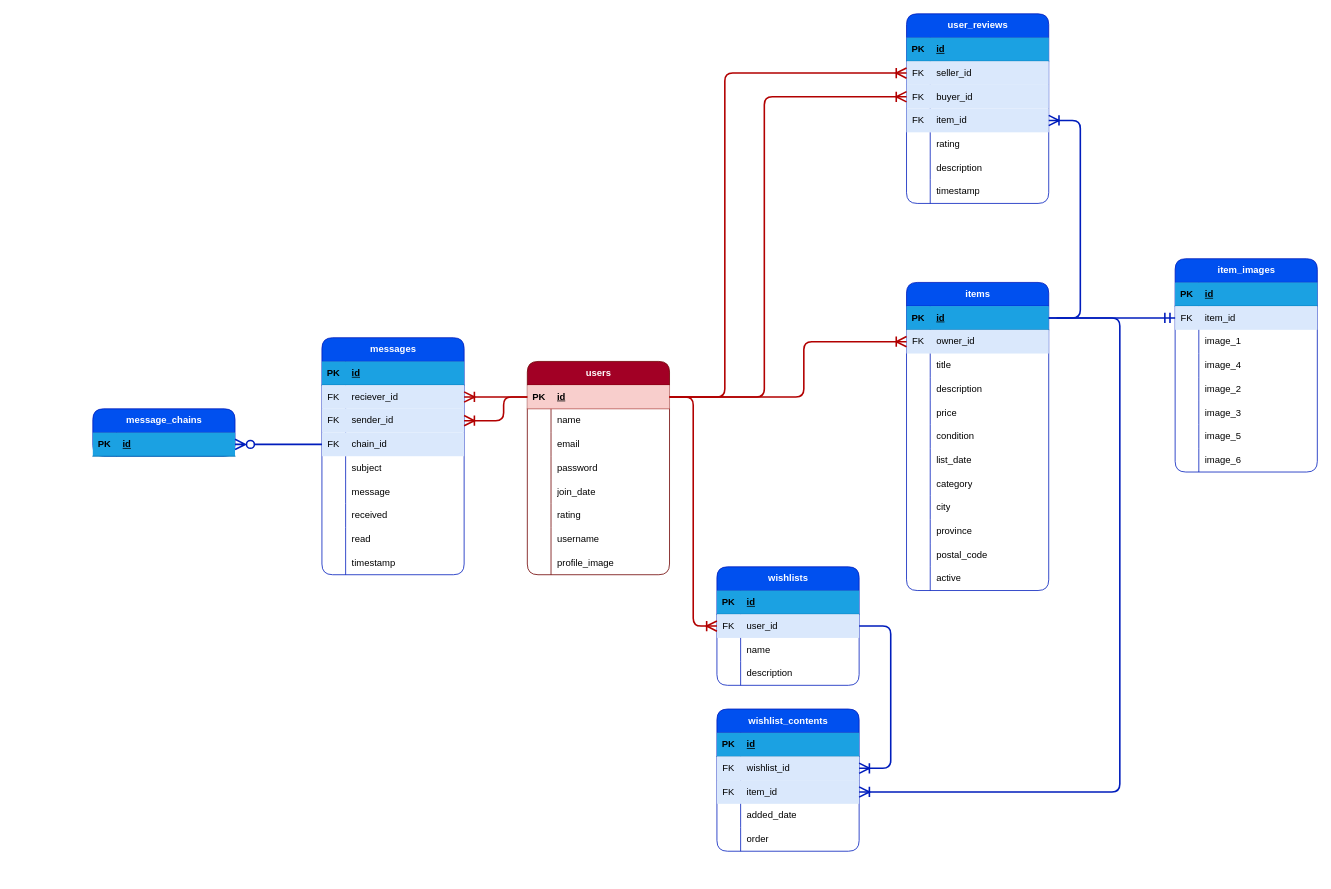
Above: _auxiliary/erd_diagram/JX_DB_diagram.drawio in AlexTamayo/JX (draw.io), before the change. Source tidied: cells renumbered, new cells numbered last; positions are measured from the earlier drawing's top-left corner, leaving out a move shared by most shapes. Both pictures are drawn from the tidied source at 79%, with x=0, y=0 at pixel (92, 13).
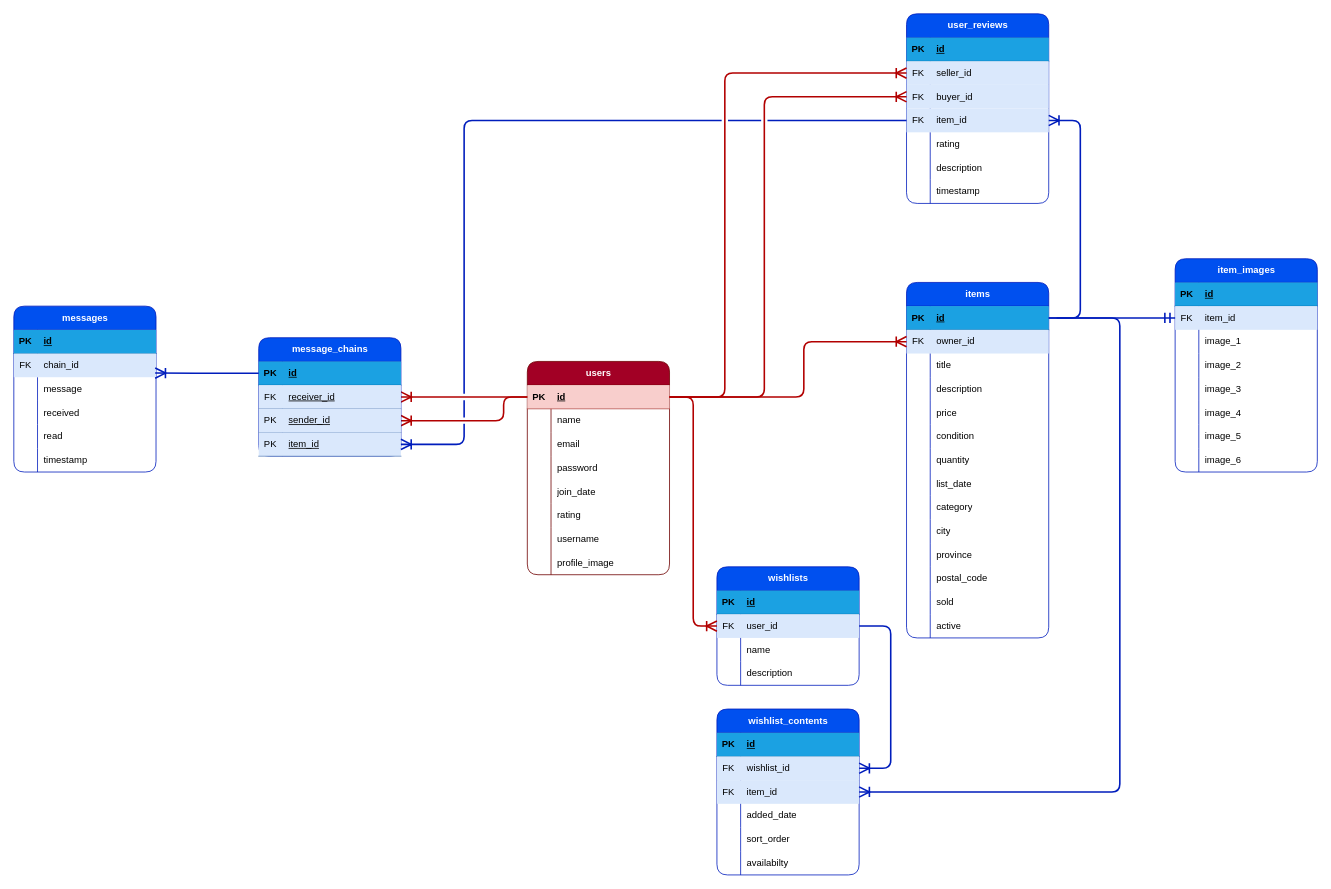
The same diagram, later.

The change refers to these unchanged cells:
```xml
<mxCell id="3" style="shape=tableRow;horizontal=0;startSize=0;swimlaneHead=0;swimlaneBody=0;fillColor=#f8cecc;points=[[0,0.5],[1,0.5]];portConstraint=eastwest;top=0;left=0;right=0;bottom=1;strokeColor=#b85450;" parent="2" vertex="1">
  <mxGeometry y="30" width="180" height="30" as="geometry" />
</mxCell>
<mxCell id="87" style="shape=tableRow;horizontal=0;startSize=0;swimlaneHead=0;swimlaneBody=0;fillColor=#dae8fc;points=[[0,0.5],[1,0.5]];portConstraint=eastwest;top=0;left=0;right=0;bottom=0;strokeColor=#6c8ebf;" parent="77" vertex="1">
  <mxGeometry y="120" width="180" height="30" as="geometry" />
</mxCell>
<mxCell id="112" style="shape=tableRow;horizontal=0;startSize=0;swimlaneHead=0;swimlaneBody=0;fillColor=none;top=0;left=0;right=0;bottom=0;" parent="99" vertex="1">
  <mxGeometry y="150" width="180" height="30" as="geometry" />
</mxCell>
<mxCell id="152" value="item_images" style="shape=table;startSize=30;childLayout=tableLayout;rowLines=0;fontStyle=1;align=center;html=1;fillColor=#0050ef;fontColor=#ffffff;strokeColor=#001DBC;rounded=1;" parent="1" vertex="1">
  <mxGeometry x="1370" y="310" width="180" height="270" as="geometry" />
</mxCell>
<mxCell id="179" style="shape=tableRow;horizontal=0;startSize=0;swimlaneHead=0;swimlaneBody=0;fillColor=#1ba1e2;points=[[0,0.5],[1,0.5]];portConstraint=eastwest;top=0;left=0;right=0;bottom=1;fontColor=#ffffff;strokeColor=#006EAF;" parent="178" vertex="1">
  <mxGeometry y="30" width="180" height="30" as="geometry" />
</mxCell>
```

The edit, as a diff of the source:
```diff
@@
     <mxCell id="27" value="items" style="shape=table;startSize=30;childLayout=tableLayout;rowLines=0;fontStyle=1;align=center;html=1;fillColor=#0050ef;fontColor=#ffffff;strokeColor=#001DBC;rounded=1;" parent="1" vertex="1">
-      <mxGeometry x="1030" y="340" width="180" height="390" as="geometry" />
+      <mxGeometry x="1030" y="340" width="180" height="450" as="geometry" />
     </mxCell>
@@
+    <mxCell id="183" style="shape=tableRow;horizontal=0;startSize=0;swimlaneHead=0;swimlaneBody=0;fillColor=none;top=0;left=0;right=0;bottom=0;" parent="27" vertex="1">
+      <mxGeometry y="210" width="180" height="30" as="geometry" />
+    </mxCell>
+    <mxCell id="184" style="shape=partialRectangle;fillColor=none;top=0;left=0;bottom=0;right=0;overflow=hidden;whiteSpace=wrap;html=1;" parent="183" vertex="1">
+      <mxGeometry width="30" height="30" as="geometry" />
+    </mxCell>
+    <mxCell id="185" value="quantity" style="shape=partialRectangle;fillColor=none;top=0;left=0;bottom=0;right=0;align=left;spacingLeft=6;overflow=hidden;whiteSpace=wrap;html=1;" parent="183" vertex="1">
+      <mxGeometry x="30" width="150" height="30" as="geometry" />
+    </mxCell>
     <mxCell id="46" style="shape=tableRow;horizontal=0;startSize=0;swimlaneHead=0;swimlaneBody=0;fillColor=none;top=0;left=0;right=0;bottom=0;" parent="27" vertex="1">
-      <mxGeometry y="210" width="180" height="30" as="geometry" />
+      <mxGeometry y="240" width="180" height="30" as="geometry" />
     </mxCell>
@@
     <mxCell id="49" style="shape=tableRow;horizontal=0;startSize=0;swimlaneHead=0;swimlaneBody=0;fillColor=none;top=0;left=0;right=0;bottom=0;" parent="27" vertex="1">
-      <mxGeometry y="240" width="180" height="30" as="geometry" />
+      <mxGeometry y="270" width="180" height="30" as="geometry" />
     </mxCell>
@@
     <mxCell id="52" style="shape=tableRow;horizontal=0;startSize=0;swimlaneHead=0;swimlaneBody=0;fillColor=none;top=0;left=0;right=0;bottom=0;" parent="27" vertex="1">
-      <mxGeometry y="270" width="180" height="30" as="geometry" />
+      <mxGeometry y="300" width="180" height="30" as="geometry" />
     </mxCell>
@@
     <mxCell id="55" style="shape=tableRow;horizontal=0;startSize=0;swimlaneHead=0;swimlaneBody=0;fillColor=none;top=0;left=0;right=0;bottom=0;" parent="27" vertex="1">
-      <mxGeometry y="300" width="180" height="30" as="geometry" />
+      <mxGeometry y="330" width="180" height="30" as="geometry" />
     </mxCell>
@@
     <mxCell id="58" style="shape=tableRow;horizontal=0;startSize=0;swimlaneHead=0;swimlaneBody=0;fillColor=none;top=0;left=0;right=0;bottom=0;" parent="27" vertex="1">
-      <mxGeometry y="330" width="180" height="30" as="geometry" />
+      <mxGeometry y="360" width="180" height="30" as="geometry" />
     </mxCell>
@@
+    <mxCell id="186" style="shape=tableRow;horizontal=0;startSize=0;swimlaneHead=0;swimlaneBody=0;fillColor=none;top=0;left=0;right=0;bottom=0;" parent="27" vertex="1">
+      <mxGeometry y="390" width="180" height="30" as="geometry" />
+    </mxCell>
+    <mxCell id="187" style="shape=partialRectangle;fillColor=none;top=0;left=0;bottom=0;right=0;overflow=hidden;whiteSpace=wrap;html=1;" parent="186" vertex="1">
+      <mxGeometry width="30" height="30" as="geometry" />
+    </mxCell>
+    <mxCell id="188" value="sold" style="shape=partialRectangle;fillColor=none;top=0;left=0;bottom=0;right=0;align=left;spacingLeft=6;overflow=hidden;whiteSpace=wrap;html=1;" parent="186" vertex="1">
+      <mxGeometry x="30" width="150" height="30" as="geometry" />
+    </mxCell>
     <mxCell id="61" style="shape=tableRow;horizontal=0;startSize=0;swimlaneHead=0;swimlaneBody=0;fillColor=none;top=0;left=0;right=0;bottom=0;" parent="27" vertex="1">
-      <mxGeometry y="360" width="180" height="30" as="geometry" />
+      <mxGeometry y="420" width="180" height="30" as="geometry" />
     </mxCell>
@@
     <mxCell id="99" value="wishlist_contents" style="shape=table;startSize=30;childLayout=tableLayout;rowLines=0;fontStyle=1;align=center;html=1;fillColor=#0050ef;fontColor=#ffffff;strokeColor=#001DBC;rounded=1;" parent="1" vertex="1">
-      <mxGeometry x="790" y="880" width="180" height="180" as="geometry" />
+      <mxGeometry x="790" y="880" width="180" height="210" as="geometry" />
     </mxCell>
@@
-    <mxCell id="114" value="order" style="shape=partialRectangle;fillColor=none;top=0;left=0;bottom=0;right=0;align=left;spacingLeft=6;overflow=hidden;whiteSpace=wrap;html=1;" parent="112" vertex="1">
+    <mxCell id="114" value="sort_order" style="shape=partialRectangle;fillColor=none;top=0;left=0;bottom=0;right=0;align=left;spacingLeft=6;overflow=hidden;whiteSpace=wrap;html=1;" parent="112" vertex="1">
       <mxGeometry x="30" width="150" height="30" as="geometry" />
     </mxCell>
+    <mxCell id="189" style="shape=tableRow;horizontal=0;startSize=0;swimlaneHead=0;swimlaneBody=0;fillColor=none;top=0;left=0;right=0;bottom=0;" parent="99" vertex="1">
+      <mxGeometry y="180" width="180" height="30" as="geometry" />
+    </mxCell>
+    <mxCell id="190" style="shape=partialRectangle;fillColor=none;top=0;left=0;bottom=0;right=0;overflow=hidden;whiteSpace=wrap;html=1;" parent="189" vertex="1">
+      <mxGeometry width="30" height="30" as="geometry" />
+    </mxCell>
+    <mxCell id="191" value="availabilty" style="shape=partialRectangle;fillColor=none;top=0;left=0;bottom=0;right=0;align=left;spacingLeft=6;overflow=hidden;whiteSpace=wrap;html=1;" parent="189" vertex="1">
+      <mxGeometry x="30" width="150" height="30" as="geometry" />
+    </mxCell>
     <mxCell id="115" value="messages" style="shape=table;startSize=30;childLayout=tableLayout;rowLines=0;fontStyle=1;align=center;html=1;fillColor=#0050ef;fontColor=#ffffff;strokeColor=#001DBC;rounded=1;" parent="1" vertex="1">
-      <mxGeometry x="290" y="410" width="180" height="300" as="geometry" />
+      <mxGeometry x="-100" y="370" width="180" height="210" as="geometry" />
     </mxCell>
@@
-    <mxCell id="119" style="shape=tableRow;horizontal=0;startSize=0;swimlaneHead=0;swimlaneBody=0;fillColor=#dae8fc;points=[[0,0.5],[1,0.5]];portConstraint=eastwest;top=0;left=0;right=0;bottom=0;strokeColor=#6c8ebf;" parent="115" vertex="1">
-      <mxGeometry y="60" width="180" height="30" as="geometry" />
-    </mxCell>
-    <mxCell id="120" value="FK" style="shape=partialRectangle;fillColor=none;top=0;left=0;bottom=0;right=0;overflow=hidden;whiteSpace=wrap;html=1;" parent="119" vertex="1">
-      <mxGeometry width="30" height="30" as="geometry" />
-    </mxCell>
-    <mxCell id="121" value="reciever_id" style="shape=partialRectangle;fillColor=none;top=0;left=0;bottom=0;right=0;align=left;spacingLeft=6;overflow=hidden;whiteSpace=wrap;html=1;" parent="119" vertex="1">
-      <mxGeometry x="30" width="150" height="30" as="geometry" />
-    </mxCell>
-    <mxCell id="122" style="shape=tableRow;horizontal=0;startSize=0;swimlaneHead=0;swimlaneBody=0;fillColor=#dae8fc;points=[[0,0.5],[1,0.5]];portConstraint=eastwest;top=0;left=0;right=0;bottom=0;strokeColor=#6c8ebf;" parent="115" vertex="1">
-      <mxGeometry y="90" width="180" height="30" as="geometry" />
-    </mxCell>
-    <mxCell id="123" value="FK" style="shape=partialRectangle;fillColor=none;top=0;left=0;bottom=0;right=0;overflow=hidden;whiteSpace=wrap;html=1;" parent="122" vertex="1">
-      <mxGeometry width="30" height="30" as="geometry" />
-    </mxCell>
-    <mxCell id="124" value="sender_id" style="shape=partialRectangle;fillColor=none;top=0;left=0;bottom=0;right=0;align=left;spacingLeft=6;overflow=hidden;whiteSpace=wrap;html=1;" parent="122" vertex="1">
-      <mxGeometry x="30" width="150" height="30" as="geometry" />
-    </mxCell>
     <mxCell id="125" style="shape=tableRow;horizontal=0;startSize=0;swimlaneHead=0;swimlaneBody=0;fillColor=#dae8fc;points=[[0,0.5],[1,0.5]];portConstraint=eastwest;top=0;left=0;right=0;bottom=0;strokeColor=#6c8ebf;" parent="115" vertex="1">
-      <mxGeometry y="120" width="180" height="30" as="geometry" />
+      <mxGeometry y="60" width="180" height="30" as="geometry" />
     </mxCell>
@@
-    <mxCell id="128" style="shape=tableRow;horizontal=0;startSize=0;swimlaneHead=0;swimlaneBody=0;fillColor=none;top=0;left=0;right=0;bottom=0;" parent="115" vertex="1">
-      <mxGeometry y="150" width="180" height="30" as="geometry" />
-    </mxCell>
-    <mxCell id="129" style="shape=partialRectangle;fillColor=none;top=0;left=0;bottom=0;right=0;overflow=hidden;whiteSpace=wrap;html=1;" parent="128" vertex="1">
-      <mxGeometry width="30" height="30" as="geometry" />
-    </mxCell>
-    <mxCell id="130" value="subject" style="shape=partialRectangle;fillColor=none;top=0;left=0;bottom=0;right=0;align=left;spacingLeft=6;overflow=hidden;whiteSpace=wrap;html=1;" parent="128" vertex="1">
-      <mxGeometry x="30" width="150" height="30" as="geometry" />
-    </mxCell>
     <mxCell id="131" style="shape=tableRow;horizontal=0;startSize=0;swimlaneHead=0;swimlaneBody=0;fillColor=none;top=0;left=0;right=0;bottom=0;" parent="115" vertex="1">
-      <mxGeometry y="180" width="180" height="30" as="geometry" />
+      <mxGeometry y="90" width="180" height="30" as="geometry" />
     </mxCell>
@@
     <mxCell id="134" style="shape=tableRow;horizontal=0;startSize=0;swimlaneHead=0;swimlaneBody=0;fillColor=none;top=0;left=0;right=0;bottom=0;" parent="115" vertex="1">
-      <mxGeometry y="210" width="180" height="30" as="geometry" />
+      <mxGeometry y="120" width="180" height="30" as="geometry" />
     </mxCell>
@@
     <mxCell id="137" style="shape=tableRow;horizontal=0;startSize=0;swimlaneHead=0;swimlaneBody=0;fillColor=none;top=0;left=0;right=0;bottom=0;" parent="115" vertex="1">
-      <mxGeometry y="240" width="180" height="30" as="geometry" />
+      <mxGeometry y="150" width="180" height="30" as="geometry" />
     </mxCell>
@@
     <mxCell id="140" style="shape=tableRow;horizontal=0;startSize=0;swimlaneHead=0;swimlaneBody=0;fillColor=none;top=0;left=0;right=0;bottom=0;" parent="115" vertex="1">
-      <mxGeometry y="270" width="180" height="30" as="geometry" />
+      <mxGeometry y="180" width="180" height="30" as="geometry" />
     </mxCell>
@@
-    <mxCell id="149" style="edgeStyle=orthogonalEdgeStyle;fontSize=12;html=1;endArrow=ERoneToMany;startArrow=none;rounded=1;endSize=10;startSize=10;fillColor=#e51400;strokeColor=#B20000;strokeWidth=2;endFill=0;startFill=0;entryX=1;entryY=0.5;entryDx=0;entryDy=0;exitX=0;exitY=0.5;exitDx=0;exitDy=0;" parent="1" edge="1" source="3" target="119">
+    <mxCell id="149" style="edgeStyle=orthogonalEdgeStyle;fontSize=12;html=1;endArrow=ERoneToMany;startArrow=none;rounded=1;endSize=10;startSize=10;fillColor=#e51400;strokeColor=#B20000;strokeWidth=2;endFill=0;startFill=0;exitX=0;exitY=0.5;exitDx=0;exitDy=0;entryX=1;entryY=0.5;entryDx=0;entryDy=0;" parent="1" edge="1" source="3" target="192">
       <mxGeometry relative="1" as="geometry">
         <Array as="points">
-          <mxPoint x="470" y="485" />
-          <mxPoint x="470" y="485" />
+          <mxPoint x="410" y="485" />
+          <mxPoint x="410" y="485" />
         </Array>
       </mxGeometry>
     </mxCell>
-    <mxCell id="150" style="edgeStyle=orthogonalEdgeStyle;fontSize=12;html=1;endArrow=ERoneToMany;startArrow=none;rounded=1;endSize=10;startSize=10;fillColor=#e51400;strokeColor=#B20000;strokeWidth=2;endFill=0;startFill=0;exitX=0;exitY=0.5;exitDx=0;exitDy=0;entryX=1;entryY=0.5;entryDx=0;entryDy=0;" parent="1" edge="1" source="3" target="122">
+    <mxCell id="150" style="edgeStyle=orthogonalEdgeStyle;fontSize=12;html=1;endArrow=ERoneToMany;startArrow=none;rounded=1;endSize=10;startSize=10;fillColor=#e51400;strokeColor=#B20000;strokeWidth=2;endFill=0;startFill=0;exitX=0;exitY=0.5;exitDx=0;exitDy=0;entryX=1;entryY=0.5;entryDx=0;entryDy=0;" parent="1" edge="1" source="3" target="195">
       <mxGeometry relative="1" as="geometry">
         <Array as="points">
           <mxPoint x="520" y="485" />
           <mxPoint x="520" y="515" />
+          <mxPoint x="430" y="515" />
+          <mxPoint x="430" y="515" />
         </Array>
       </mxGeometry>
     </mxCell>
@@
-    <mxCell id="162" style="shape=tableRow;horizontal=0;startSize=0;swimlaneHead=0;swimlaneBody=0;fillColor=none;top=0;left=0;right=0;bottom=0;" parent="152" vertex="1">
-      <mxGeometry y="120" width="180" height="30" as="geometry" />
-    </mxCell>
-    <mxCell id="163" style="shape=partialRectangle;fillColor=none;top=0;left=0;bottom=0;right=0;overflow=hidden;whiteSpace=wrap;html=1;" parent="162" vertex="1">
-      <mxGeometry width="30" height="30" as="geometry" />
-    </mxCell>
-    <mxCell id="164" value="image_4" style="shape=partialRectangle;fillColor=none;top=0;left=0;bottom=0;right=0;align=left;spacingLeft=6;overflow=hidden;whiteSpace=wrap;html=1;" parent="162" vertex="1">
-      <mxGeometry x="30" width="150" height="30" as="geometry" />
-    </mxCell>
     <mxCell id="165" style="shape=tableRow;horizontal=0;startSize=0;swimlaneHead=0;swimlaneBody=0;fillColor=none;top=0;left=0;right=0;bottom=0;" parent="152" vertex="1">
-      <mxGeometry y="150" width="180" height="30" as="geometry" />
+      <mxGeometry y="120" width="180" height="30" as="geometry" />
     </mxCell>
@@
     <mxCell id="168" style="shape=tableRow;horizontal=0;startSize=0;swimlaneHead=0;swimlaneBody=0;fillColor=none;top=0;left=0;right=0;bottom=0;" parent="152" vertex="1">
-      <mxGeometry y="180" width="180" height="30" as="geometry" />
+      <mxGeometry y="150" width="180" height="30" as="geometry" />
     </mxCell>
@@
+    <mxCell id="162" style="shape=tableRow;horizontal=0;startSize=0;swimlaneHead=0;swimlaneBody=0;fillColor=none;top=0;left=0;right=0;bottom=0;" parent="152" vertex="1">
+      <mxGeometry y="180" width="180" height="30" as="geometry" />
+    </mxCell>
+    <mxCell id="163" style="shape=partialRectangle;fillColor=none;top=0;left=0;bottom=0;right=0;overflow=hidden;whiteSpace=wrap;html=1;" parent="162" vertex="1">
+      <mxGeometry width="30" height="30" as="geometry" />
+    </mxCell>
+    <mxCell id="164" value="image_4" style="shape=partialRectangle;fillColor=none;top=0;left=0;bottom=0;right=0;align=left;spacingLeft=6;overflow=hidden;whiteSpace=wrap;html=1;" parent="162" vertex="1">
+      <mxGeometry x="30" width="150" height="30" as="geometry" />
+    </mxCell>
@@
     <mxCell id="178" value="message_chains" style="shape=table;startSize=30;childLayout=tableLayout;rowLines=0;fontStyle=1;align=center;html=1;fillColor=#0050ef;fontColor=#ffffff;strokeColor=#001DBC;rounded=1;" parent="1" vertex="1">
-      <mxGeometry y="500" width="180" height="60" as="geometry" />
+      <mxGeometry x="210" y="410" width="180" height="150" as="geometry" />
     </mxCell>
@@
+    <mxCell id="192" style="shape=tableRow;horizontal=0;startSize=0;swimlaneHead=0;swimlaneBody=0;fillColor=#dae8fc;points=[[0,0.5],[1,0.5]];portConstraint=eastwest;top=0;left=0;right=0;bottom=1;strokeColor=#6c8ebf;" parent="178" vertex="1">
+      <mxGeometry y="60" width="180" height="30" as="geometry" />
+    </mxCell>
+    <mxCell id="193" value="FK" style="shape=partialRectangle;fillColor=none;top=0;left=0;bottom=0;right=0;fontStyle=0;overflow=hidden;whiteSpace=wrap;html=1;" parent="192" vertex="1">
+      <mxGeometry width="30" height="30" as="geometry" />
+    </mxCell>
+    <mxCell id="194" value="receiver_id" style="shape=partialRectangle;fillColor=none;top=0;left=0;bottom=0;right=0;align=left;spacingLeft=6;fontStyle=4;overflow=hidden;whiteSpace=wrap;html=1;" parent="192" vertex="1">
+      <mxGeometry x="30" width="150" height="30" as="geometry" />
+    </mxCell>
+    <mxCell id="195" style="shape=tableRow;horizontal=0;startSize=0;swimlaneHead=0;swimlaneBody=0;fillColor=#dae8fc;points=[[0,0.5],[1,0.5]];portConstraint=eastwest;top=0;left=0;right=0;bottom=1;strokeColor=#6c8ebf;" parent="178" vertex="1">
+      <mxGeometry y="90" width="180" height="30" as="geometry" />
+    </mxCell>
+    <mxCell id="196" value="PK" style="shape=partialRectangle;fillColor=none;top=0;left=0;bottom=0;right=0;fontStyle=0;overflow=hidden;whiteSpace=wrap;html=1;" parent="195" vertex="1">
+      <mxGeometry width="30" height="30" as="geometry" />
+    </mxCell>
+    <mxCell id="124" value="sender_id" style="shape=partialRectangle;fillColor=none;top=0;left=0;bottom=0;right=0;align=left;spacingLeft=6;fontStyle=4;overflow=hidden;whiteSpace=wrap;html=1;" parent="195" vertex="1">
+      <mxGeometry x="30" width="150" height="30" as="geometry" />
+    </mxCell>
+    <mxCell id="197" style="shape=tableRow;horizontal=0;startSize=0;swimlaneHead=0;swimlaneBody=0;fillColor=#dae8fc;points=[[0,0.5],[1,0.5]];portConstraint=eastwest;top=0;left=0;right=0;bottom=1;strokeColor=#6c8ebf;" parent="178" vertex="1">
+      <mxGeometry y="120" width="180" height="30" as="geometry" />
+    </mxCell>
+    <mxCell id="198" value="PK" style="shape=partialRectangle;fillColor=none;top=0;left=0;bottom=0;right=0;fontStyle=0;overflow=hidden;whiteSpace=wrap;html=1;" parent="197" vertex="1">
+      <mxGeometry width="30" height="30" as="geometry" />
+    </mxCell>
+    <mxCell id="199" value="item_id" style="shape=partialRectangle;fillColor=none;top=0;left=0;bottom=0;right=0;align=left;spacingLeft=6;fontStyle=4;overflow=hidden;whiteSpace=wrap;html=1;" parent="197" vertex="1">
+      <mxGeometry x="30" width="150" height="30" as="geometry" />
+    </mxCell>
-    <mxCell id="182" style="edgeStyle=orthogonalEdgeStyle;fontSize=12;html=1;endArrow=none;startArrow=ERzeroToMany;rounded=1;endSize=10;startSize=10;fillColor=#0050ef;strokeColor=#001DBC;strokeWidth=2;endFill=0;startFill=0;exitX=1;exitY=0.5;exitDx=0;exitDy=0;entryX=0;entryY=0.5;entryDx=0;entryDy=0;" parent="1" edge="1" source="179" target="125">
+    <mxCell id="182" style="edgeStyle=orthogonalEdgeStyle;fontSize=12;html=1;endArrow=ERoneToMany;startArrow=none;rounded=1;endSize=10;startSize=10;fillColor=#0050ef;strokeColor=#001DBC;strokeWidth=2;endFill=0;startFill=0;entryX=0.994;entryY=0.825;entryDx=0;entryDy=0;entryPerimeter=0;exitX=0;exitY=0.5;exitDx=0;exitDy=0;" parent="1" edge="1" source="179" target="125">
       <mxGeometry relative="1" as="geometry">
         <Array as="points">
-          <mxPoint x="240" y="545" />
-          <mxPoint x="240" y="545" />
+          <mxPoint x="140" y="455" />
+          <mxPoint x="140" y="455" />
         </Array>
       </mxGeometry>
     </mxCell>
+    <mxCell id="200" style="edgeStyle=orthogonalEdgeStyle;fontSize=12;html=1;endArrow=ERoneToMany;startArrow=none;rounded=1;endSize=10;startSize=10;fillColor=#0050ef;strokeColor=#001DBC;strokeWidth=2;endFill=0;startFill=0;exitX=0;exitY=0.5;exitDx=0;exitDy=0;jumpStyle=gap;entryX=1;entryY=0.5;entryDx=0;entryDy=0;" parent="1" edge="1" source="87" target="197">
+      <mxGeometry relative="1" as="geometry">
+        <Array as="points">
+          <mxPoint x="470" y="135" />
+          <mxPoint x="470" y="545" />
+        </Array>
+      </mxGeometry>
+    </mxCell>
```
